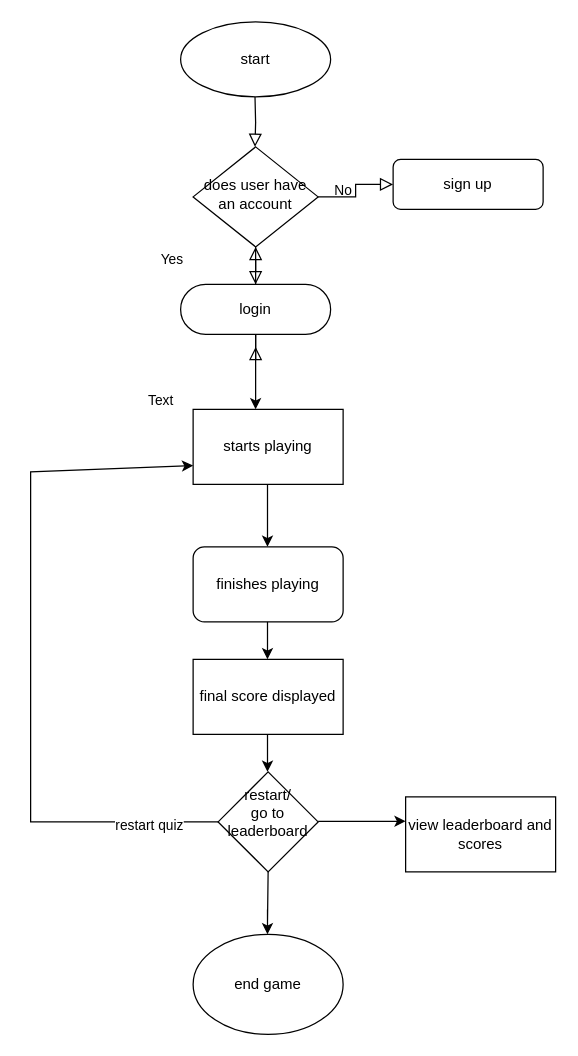
Above: Untitled Diagram.drawio in PrudenceGikundi/alx_capstone_project (draw.io), before the change. Source tidied: cells renumbered, new cells numbered last; positions are measured from the earlier drawing's top-left corner, leaving out a move shared by most shapes. Both pictures are drawn from the tidied source at 125%, with x=0, y=0 at pixel (30, 21).
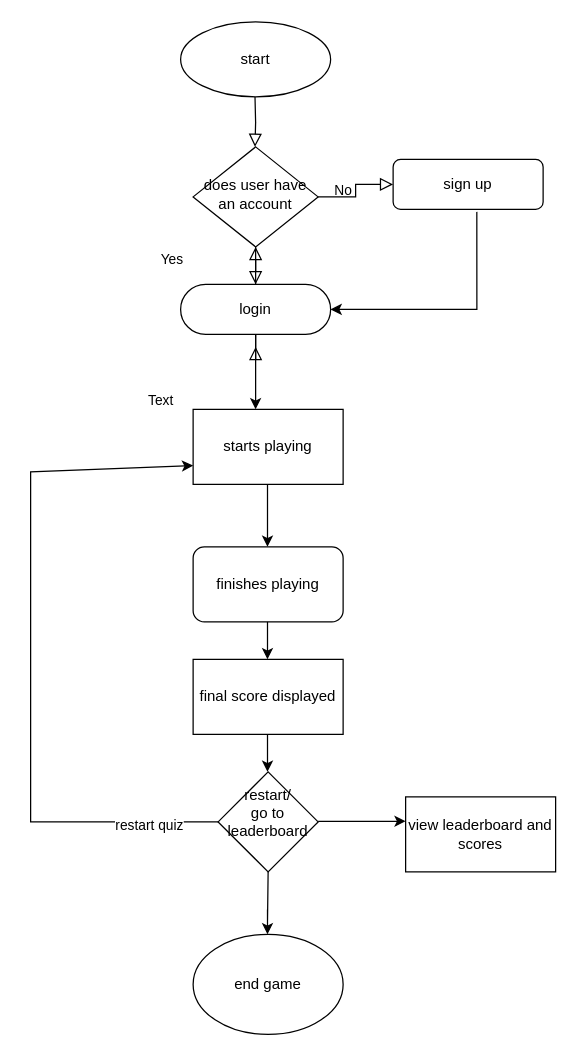
The same page after the edit.

The change refers to these unchanged cells:
```xml
<mxCell id="6" value="sign up" style="rounded=1;whiteSpace=wrap;html=1;fontSize=12;glass=0;strokeWidth=1;shadow=0;" parent="1" vertex="1">
  <mxGeometry x="290" y="110" width="120" height="40" as="geometry" />
</mxCell>
<mxCell id="11" value="login" style="rounded=1;whiteSpace=wrap;html=1;fontSize=12;glass=0;strokeWidth=1;shadow=0;arcSize=50;" parent="1" vertex="1">
  <mxGeometry x="120" y="210" width="120" height="40" as="geometry" />
</mxCell>
```

Diff of the diagram source:
```diff
@@
+    <mxCell id="26" style="endArrow=classic;html=1;rounded=0;exitX=0.558;exitY=1.05;exitDx=0;exitDy=0;exitPerimeter=0;entryX=1;entryY=0.5;entryDx=0;entryDy=0;" parent="1" edge="1" source="6" target="11">
+      <mxGeometry relative="1" as="geometry">
+        <Array as="points">
+          <mxPoint x="357" y="230" />
+        </Array>
+      </mxGeometry>
+    </mxCell>
```
